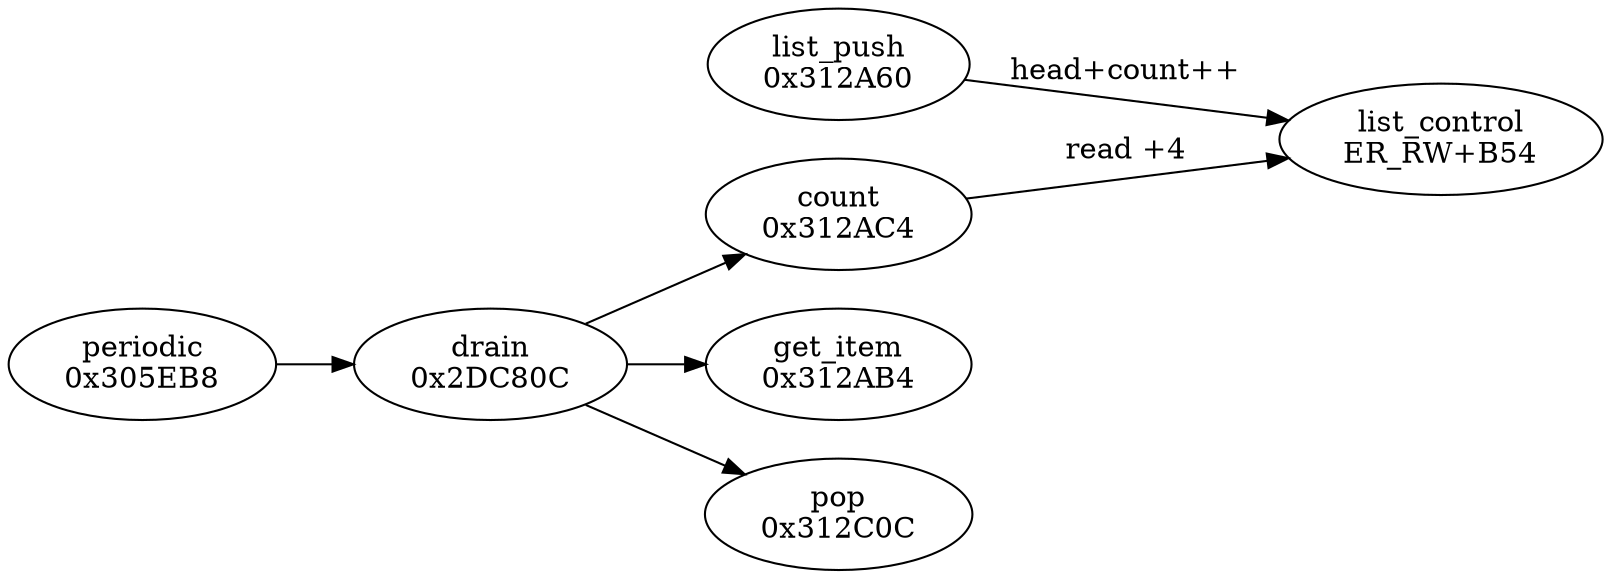
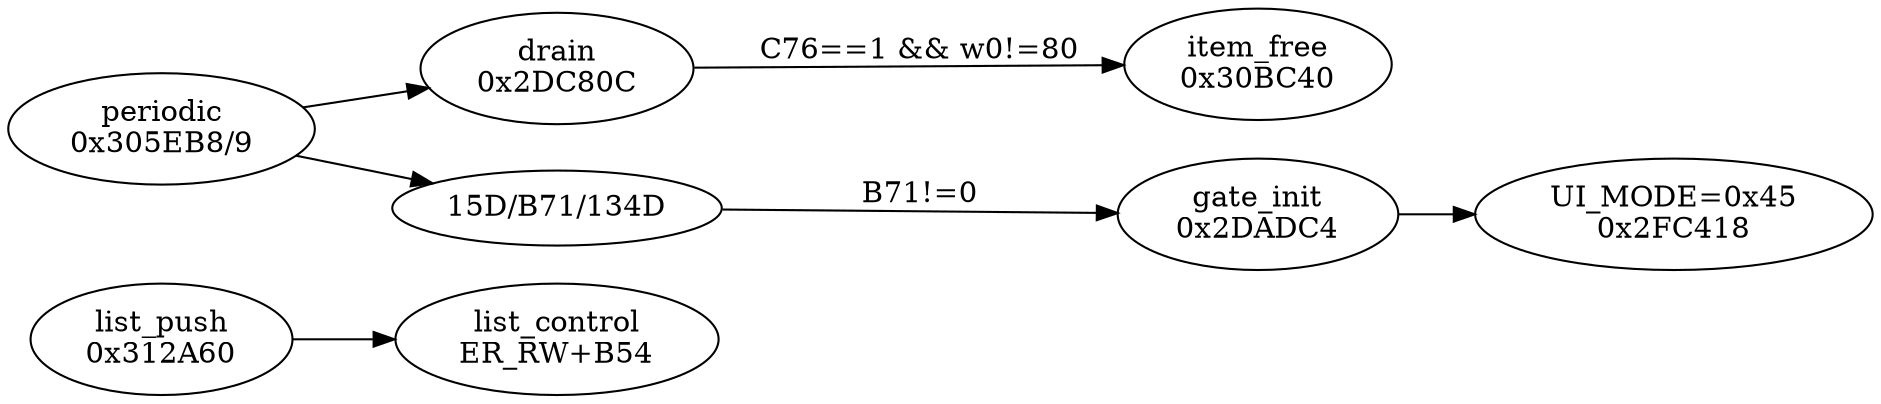
digraph queue_consumer {
  rankdir=LR;
  PathA_312A60 [label="list_push\n0x312A60"];
  B54 [label="list_control\nER_RW+B54"];
-   Trigger_305EB8 [label="periodic\n0x305EB8"];
+   Trigger_305EB8 [label="periodic\n0x305EB8/9"];
  Drain_2DC80C [label="drain\n0x2DC80C"];
-   Count_312AC4 [label="count\n0x312AC4"];
-   Get_312AB4 [label="get_item\n0x312AB4"];
-   Pop_312C0C [label="pop\n0x312C0C"];
-   PathA_312A60 -> B54 [label="head+count++"];
+   Free_30BC40 [label="item_free\n0x30BC40"];
+   Gate [label="15D/B71/134D"];
+   Init_2DADC4 [label="gate_init\n0x2DADC4"];
+   UI_2FC418 [label="UI_MODE=0x45\n0x2FC418"];
+   PathA_312A60 -> B54;
  Trigger_305EB8 -> Drain_2DC80C;
-   Drain_2DC80C -> Count_312AC4;
-   Drain_2DC80C -> Get_312AB4;
-   Drain_2DC80C -> Pop_312C0C;
-   Count_312AC4 -> B54 [label="read +4"];
+   Drain_2DC80C -> Free_30BC40 [label="C76==1 && w0!=80"];
+   Trigger_305EB8 -> Gate;
+   Gate -> Init_2DADC4 [label="B71!=0"];
+   Init_2DADC4 -> UI_2FC418;
}
